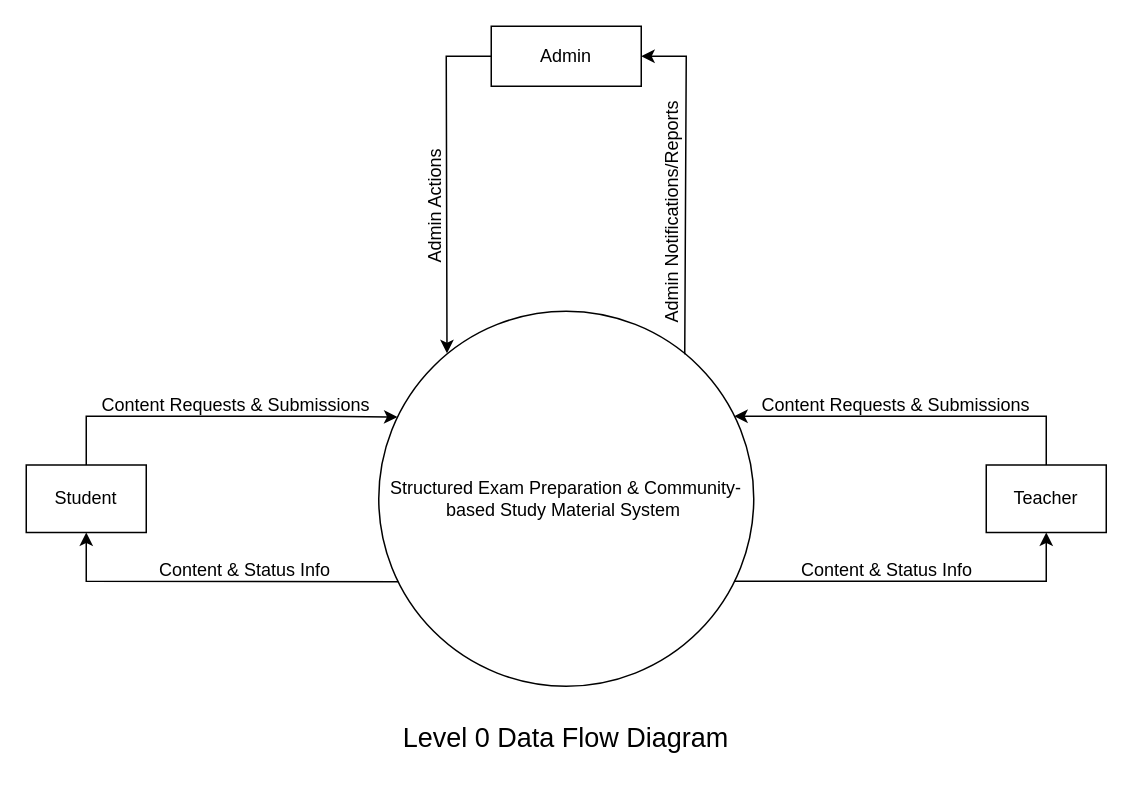
SayanMondal-1643/PeerPrep keeps this draw.io diagram as page "Level-0 DFD" (3 of 7) of docs/system-diagrams.drawio. Above is the earlier version. Source tidied: cells renumbered, new cells numbered last; positions are measured from the earlier drawing's top-left corner, leaving out a move shared by most shapes. Both pictures are drawn from the tidied source at 150%, with x=0, y=0 at pixel (26, 26).
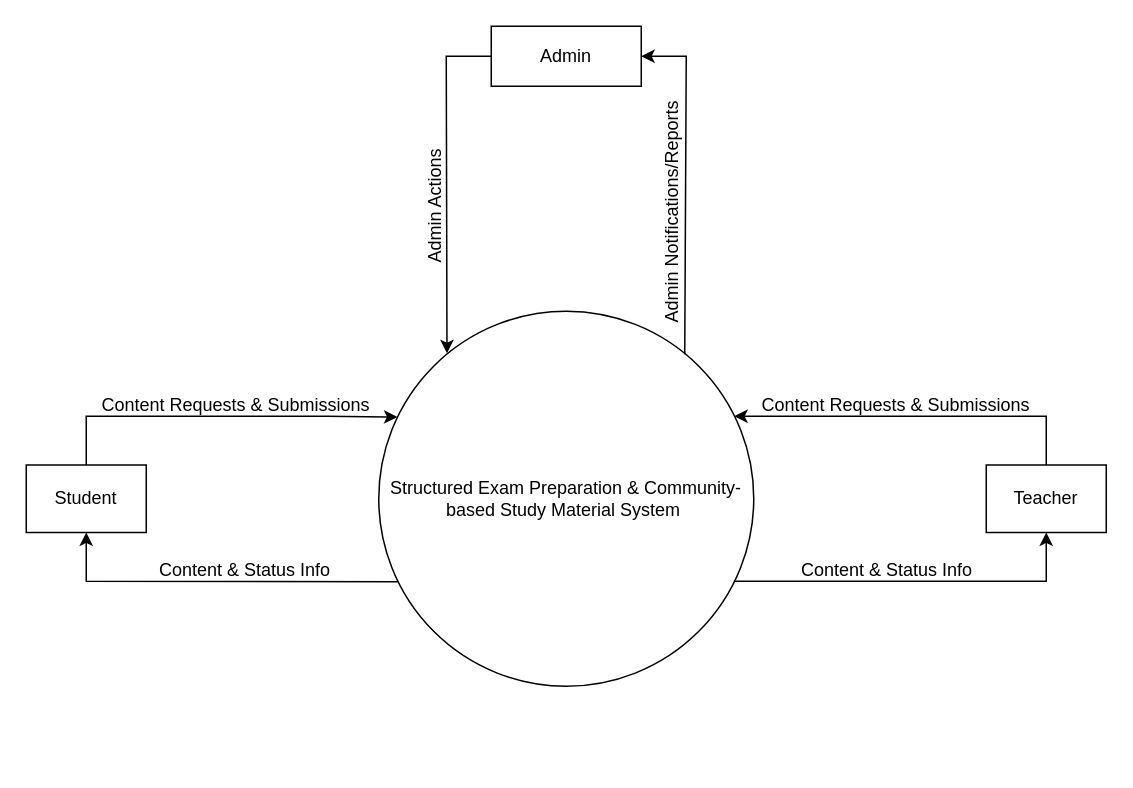
After the change.

Change to the diagram source:
```diff
@@
-    <mxCell id="12" value="&lt;font style=&quot;font-size: 18px;&quot;&gt;Level 0 Data Flow Diagram&lt;/font&gt;" style="text;html=1;whiteSpace=wrap;strokeColor=none;fillColor=none;align=center;verticalAlign=middle;rounded=0;" parent="1" vertex="1">
-      <mxGeometry x="250" y="460" width="220" height="30" as="geometry" />
-    </mxCell>
```
